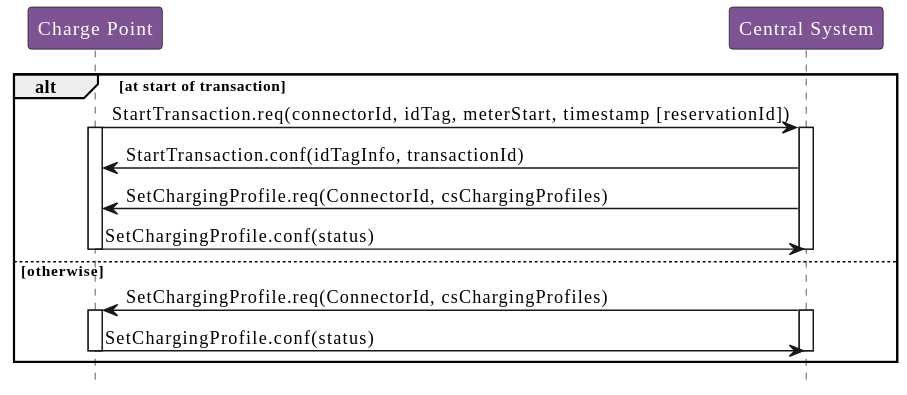
Before: OCPP_1.6/images/figure_37.svg, a diagram exported from PlantUML (phoi5675/ocpp-markdown). Its diagram source:
```plantuml
@startuml
!include style.puml

participant "Charge Point" as ChargePoint
participant "Central System" as CentralSystem

alt at start of transaction
  ChargePoint -> CentralSystem : StartTransaction.req(connectorId, idTag, meterStart, timestamp [reservationId])

  activate ChargePoint
  activate CentralSystem

  CentralSystem -> ChargePoint : StartTransaction.conf(idTagInfo, transactionId)

  CentralSystem -> ChargePoint : SetChargingProfile.req(ConnectorId, csChargingProfiles)

  ChargePoint -> CentralSystem : SetChargingProfile.conf(status)

  deactivate CentralSystem
  deactivate ChargePoint
else otherwise
  CentralSystem -> ChargePoint : SetChargingProfile.req(ConnectorId, csChargingProfiles)

  activate ChargePoint
  activate CentralSystem

  ChargePoint -> CentralSystem : SetChargingProfile.conf(status)

  deactivate CentralSystem
  deactivate ChargePoint
end
@enduml
```
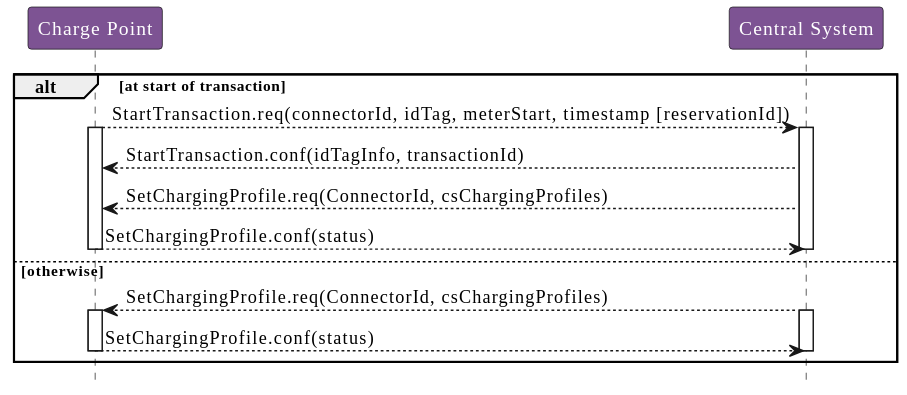
After the change.

What changed in the source:
```diff
@@ -5,26 +5,25 @@
 participant "Central System" as CentralSystem
 
 alt at start of transaction
-  ChargePoint -> CentralSystem : StartTransaction.req(connectorId, idTag, meterStart, timestamp [reservationId])
+  ChargePoint --> CentralSystem : StartTransaction.req(connectorId, idTag, meterStart, timestamp [reservationId])
+  activate ChargePoint
+  activate CentralSystem
+
+  CentralSystem --> ChargePoint : StartTransaction.conf(idTagInfo, transactionId)
+
+  CentralSystem --> ChargePoint : SetChargingProfile.req(ConnectorId, csChargingProfiles)
+
+  ChargePoint --> CentralSystem : SetChargingProfile.conf(status)
+
+  deactivate CentralSystem
+  deactivate ChargePoint
+else otherwise
+  CentralSystem --> ChargePoint : SetChargingProfile.req(ConnectorId, csChargingProfiles)
 
   activate ChargePoint
   activate CentralSystem
 
-  CentralSystem -> ChargePoint : StartTransaction.conf(idTagInfo, transactionId)
-
-  CentralSystem -> ChargePoint : SetChargingProfile.req(ConnectorId, csChargingProfiles)
-
-  ChargePoint -> CentralSystem : SetChargingProfile.conf(status)
-
-  deactivate CentralSystem
-  deactivate ChargePoint
-else otherwise
-  CentralSystem -> ChargePoint : SetChargingProfile.req(ConnectorId, csChargingProfiles)
-
-  activate ChargePoint
-  activate CentralSystem
-
-  ChargePoint -> CentralSystem : SetChargingProfile.conf(status)
+  ChargePoint --> CentralSystem : SetChargingProfile.conf(status)
 
   deactivate CentralSystem
   deactivate ChargePoint
```
